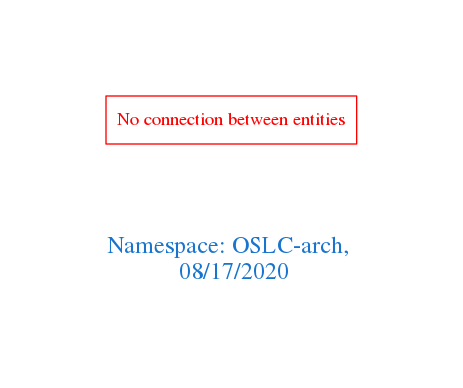
arago/OGIT keeps this Graphviz diagram as downloads/OSLC-arch.png. Above is the earlier version. Its source is kept beside it as downloads/OSLC-arch.dot.
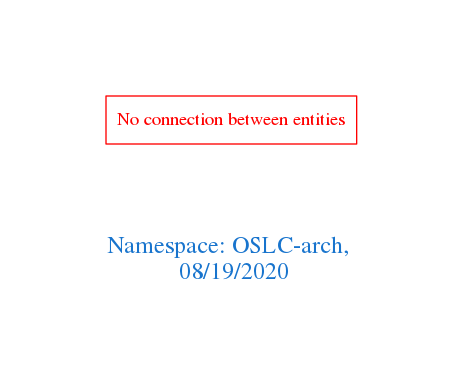
The same diagram one commit later.

Change to the diagram source:
```diff
@@ -1,7 +1,7 @@
 digraph OGIT_ontology {
  graph [ rankdir= LR,pad=1
 fontsize = 18,
-fontcolor= dodgerblue3,label = "\n\n\nNamespace: OSLC-arch, \n 08/17/2020"];
+fontcolor= dodgerblue3,label = "\n\n\nNamespace: OSLC-arch, \n 08/19/2020"];
 node[shape=polygon];
 edge [  color="gray81"];
 
```
